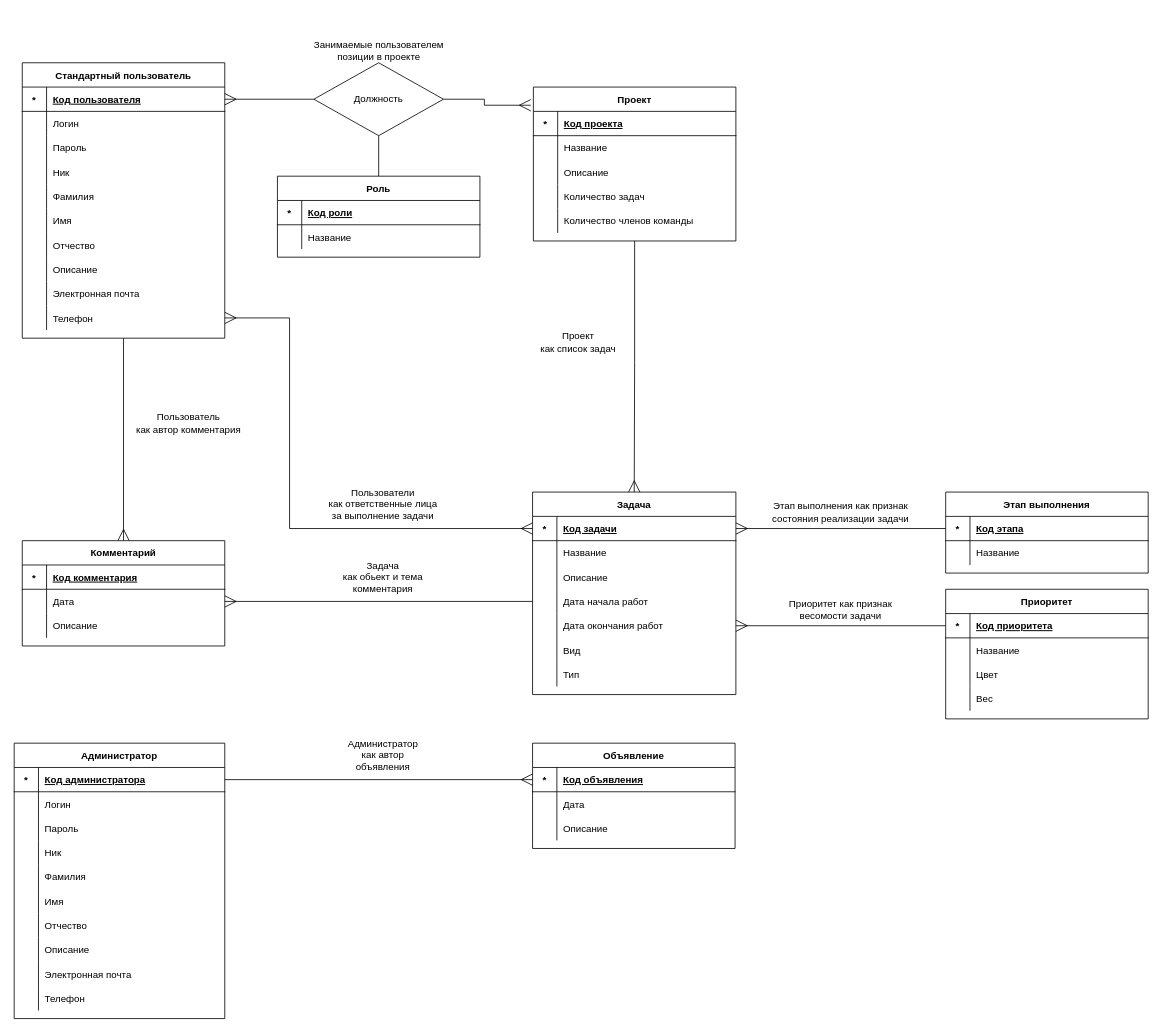
Earlier version of the draw.io diagram doc/erd.drawio (UlrixSingle/task-manager-suai-23). Source tidied: cells renumbered, new cells numbered last; positions are measured from the earlier drawing's top-left corner, leaving out a move shared by most shapes. Both pictures are drawn from the tidied source at 81%, with x=0, y=0 at pixel (14, 38).
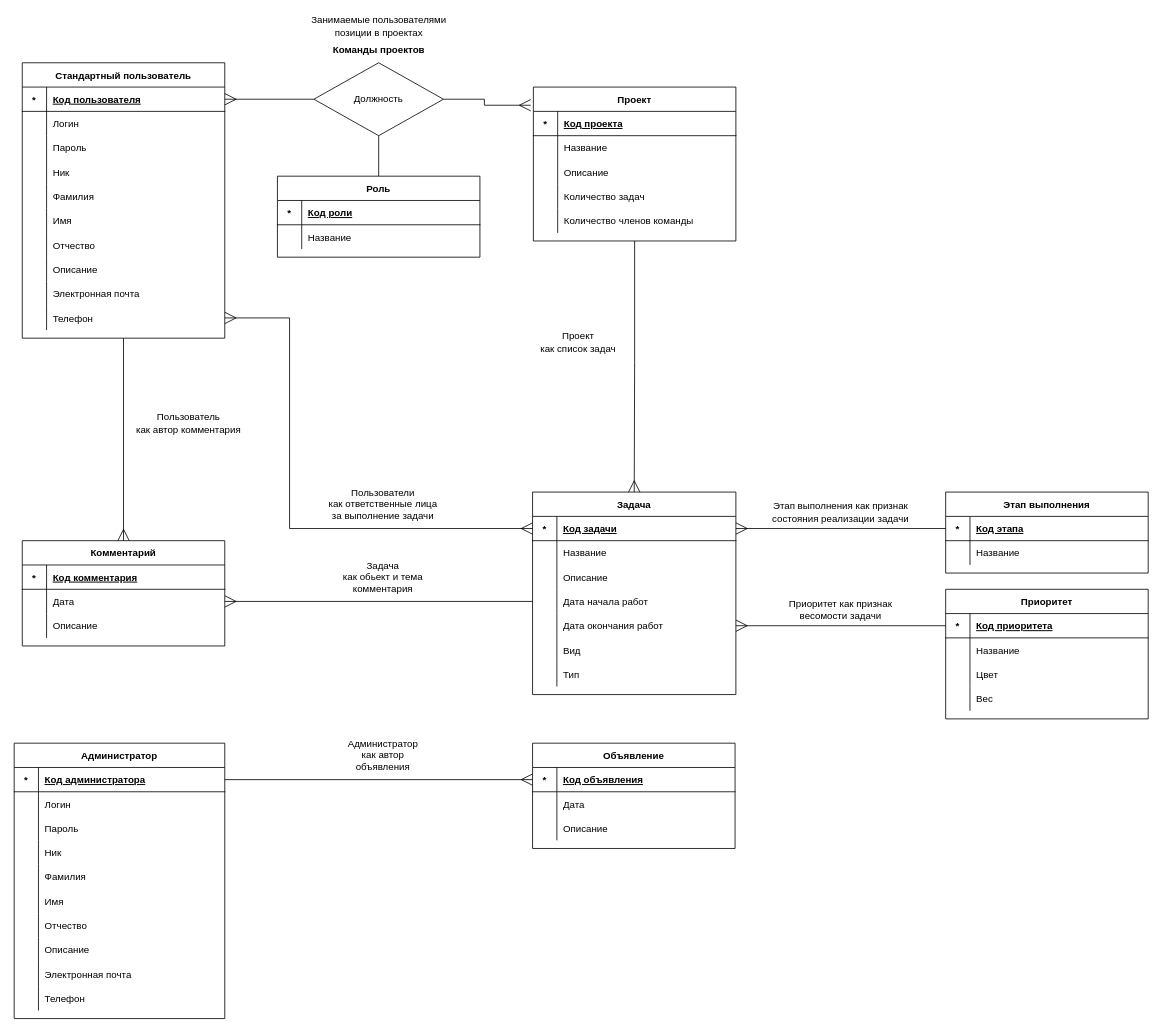
Above is the later version.

The change refers to these unchanged cells:
```xml
<mxCell id="127" style="group;" parent="1" vertex="1">
  <mxGeometry x="360" width="180" height="120" as="geometry" />
</mxCell>
```

Change to the diagram source:
```diff
@@
-    <mxCell id="129" value="Занимаемые пользователем&lt;br&gt;позиции в проекте" style="text;html=1;align=center;verticalAlign=middle;strokeColor=none;fillColor=none;" parent="127" vertex="1">
-      <mxGeometry width="180" height="30" as="geometry" />
+    <mxCell id="129" value="&lt;b&gt;Команды проектов&lt;/b&gt;" style="text;html=1;align=center;verticalAlign=middle;strokeColor=none;fillColor=none;" parent="127" vertex="1">
+      <mxGeometry x="25" y="5" width="130" height="20" as="geometry" />
     </mxCell>
@@
+    <mxCell id="169" value="Занимаемые пользователями&lt;br style=&quot;padding: 0px ; margin: 0px&quot;&gt;позиции в проектах" style="text;html=1;strokeColor=none;fillColor=none;align=center;verticalAlign=middle;whiteSpace=wrap;rounded=0;" parent="1" vertex="1">
+      <mxGeometry x="357.5" y="-30" width="185" height="30" as="geometry" />
+    </mxCell>
```
